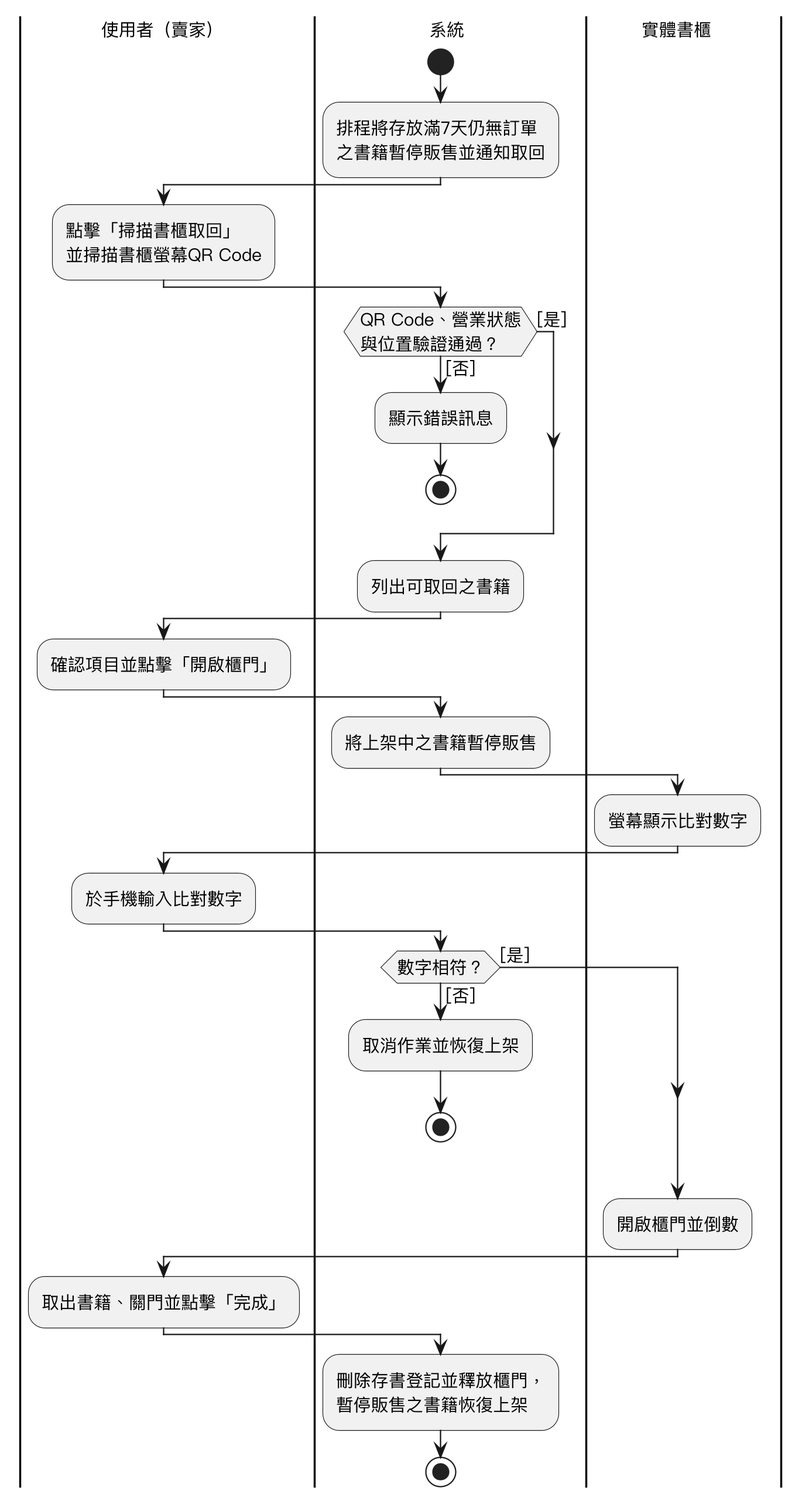
The PlantUML diagram Diagrams/Activity diagram/v3/uc31.png in SaveMyBook/SaveMyBook, before a commit. The source it was exported from:
```plantuml
@startuml
skinparam monochrome true
skinparam shadowing false
skinparam dpi 220
skinparam defaultFontName "PingFang TC"
skinparam defaultFontSize 13
skinparam swimlaneWidth same
|使用者（賣家）|
|系統|
|實體書櫃|
|系統|
start
:排程將存放滿7天仍無訂單\n之書籍暫停販售並通知取回;
|使用者（賣家）|
:點擊「掃描書櫃取回」\n並掃描書櫃螢幕QR Code;
|系統|
if (QR Code、營業狀態\n與位置驗證通過？) then ([否])
  :顯示錯誤訊息;
  stop
else ([是])
endif
:列出可取回之書籍;
|使用者（賣家）|
:確認項目並點擊「開啟櫃門」;
|系統|
:將上架中之書籍暫停販售;
|實體書櫃|
:螢幕顯示比對數字;
|使用者（賣家）|
:於手機輸入比對數字;
|系統|
if (數字相符？) then ([否])
  :取消作業並恢復上架;
  stop
else ([是])
endif
|實體書櫃|
:開啟櫃門並倒數;
|使用者（賣家）|
:取出書籍、關門並點擊「完成」;
|系統|
:刪除存書登記並釋放櫃門，\n暫停販售之書籍恢復上架;
stop
@enduml
```
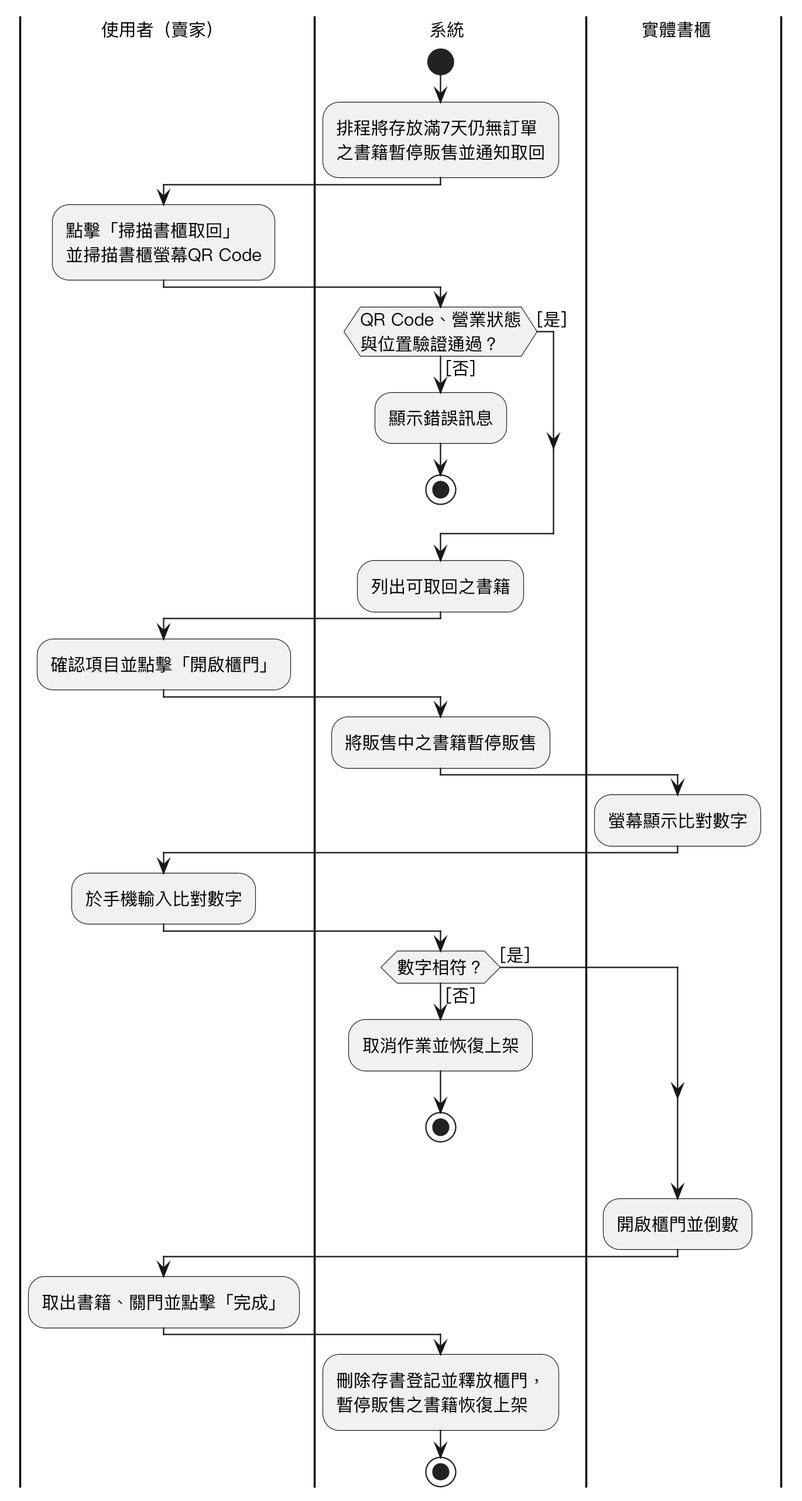
After the commit.

Diff of the diagram source:
```diff
@@ -23,7 +23,7 @@
 |使用者（賣家）|
 :確認項目並點擊「開啟櫃門」;
 |系統|
-:將上架中之書籍暫停販售;
+:將販售中之書籍暫停販售;
 |實體書櫃|
 :螢幕顯示比對數字;
 |使用者（賣家）|
```
